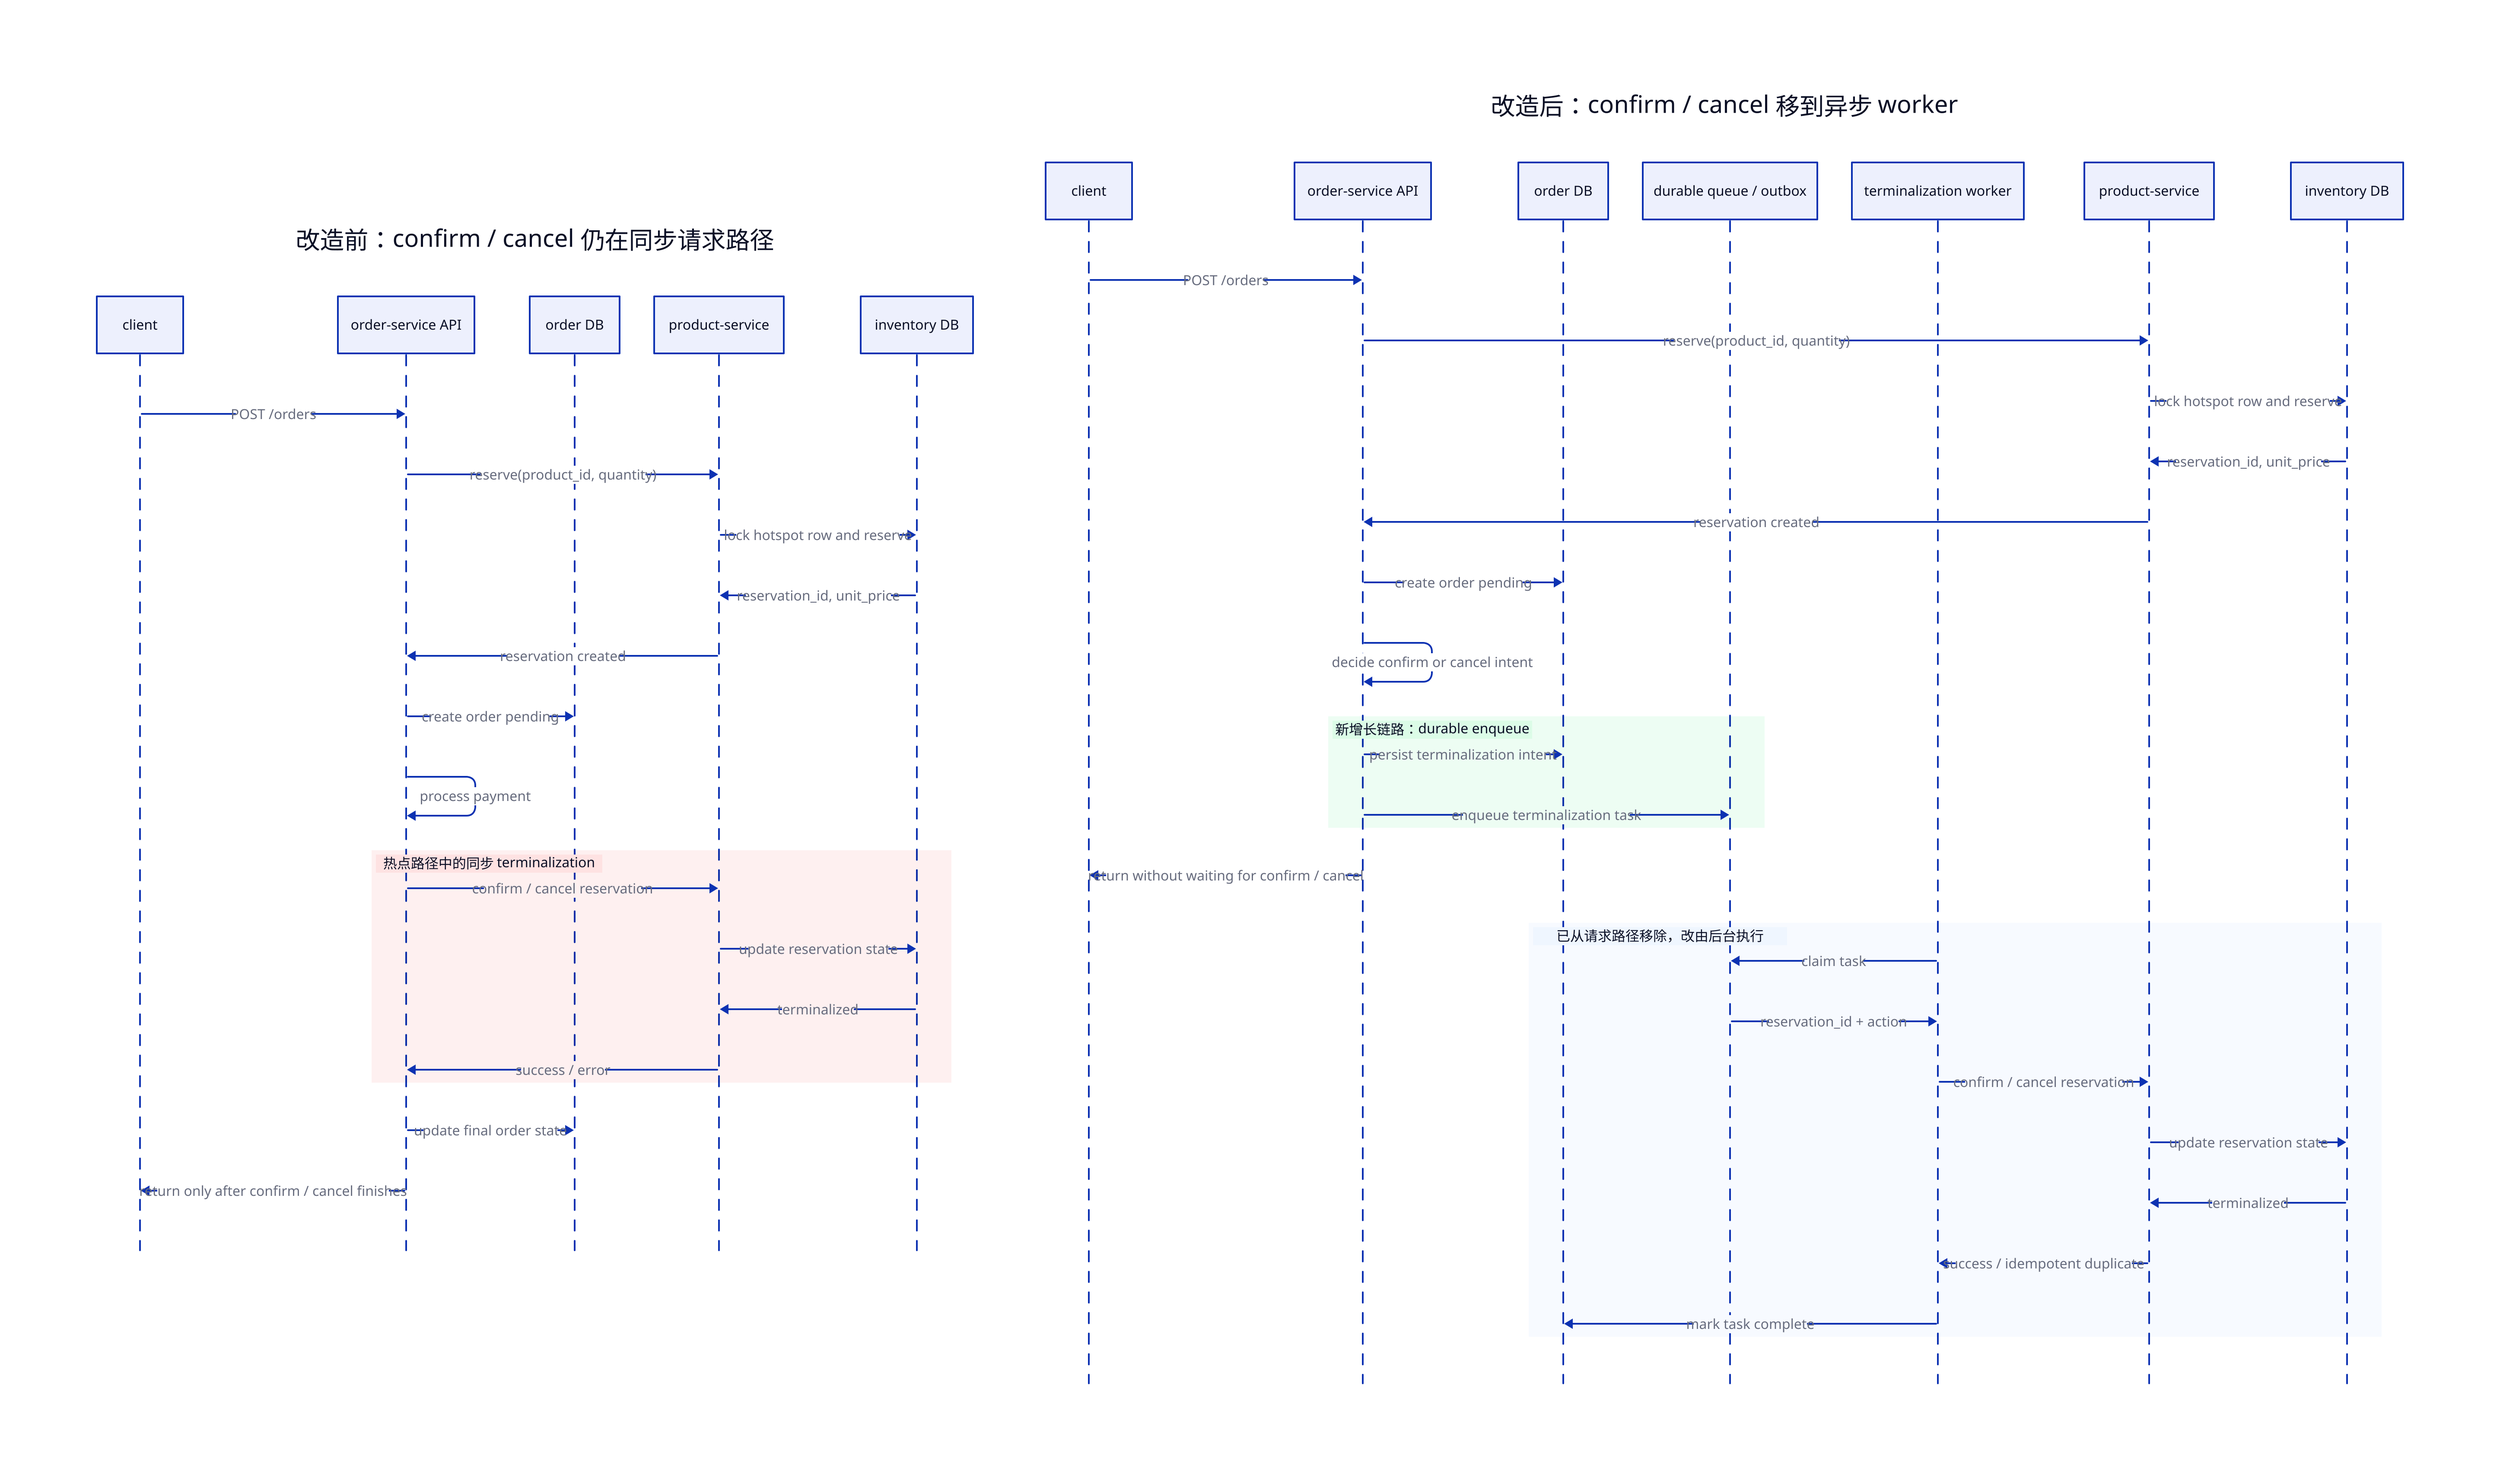
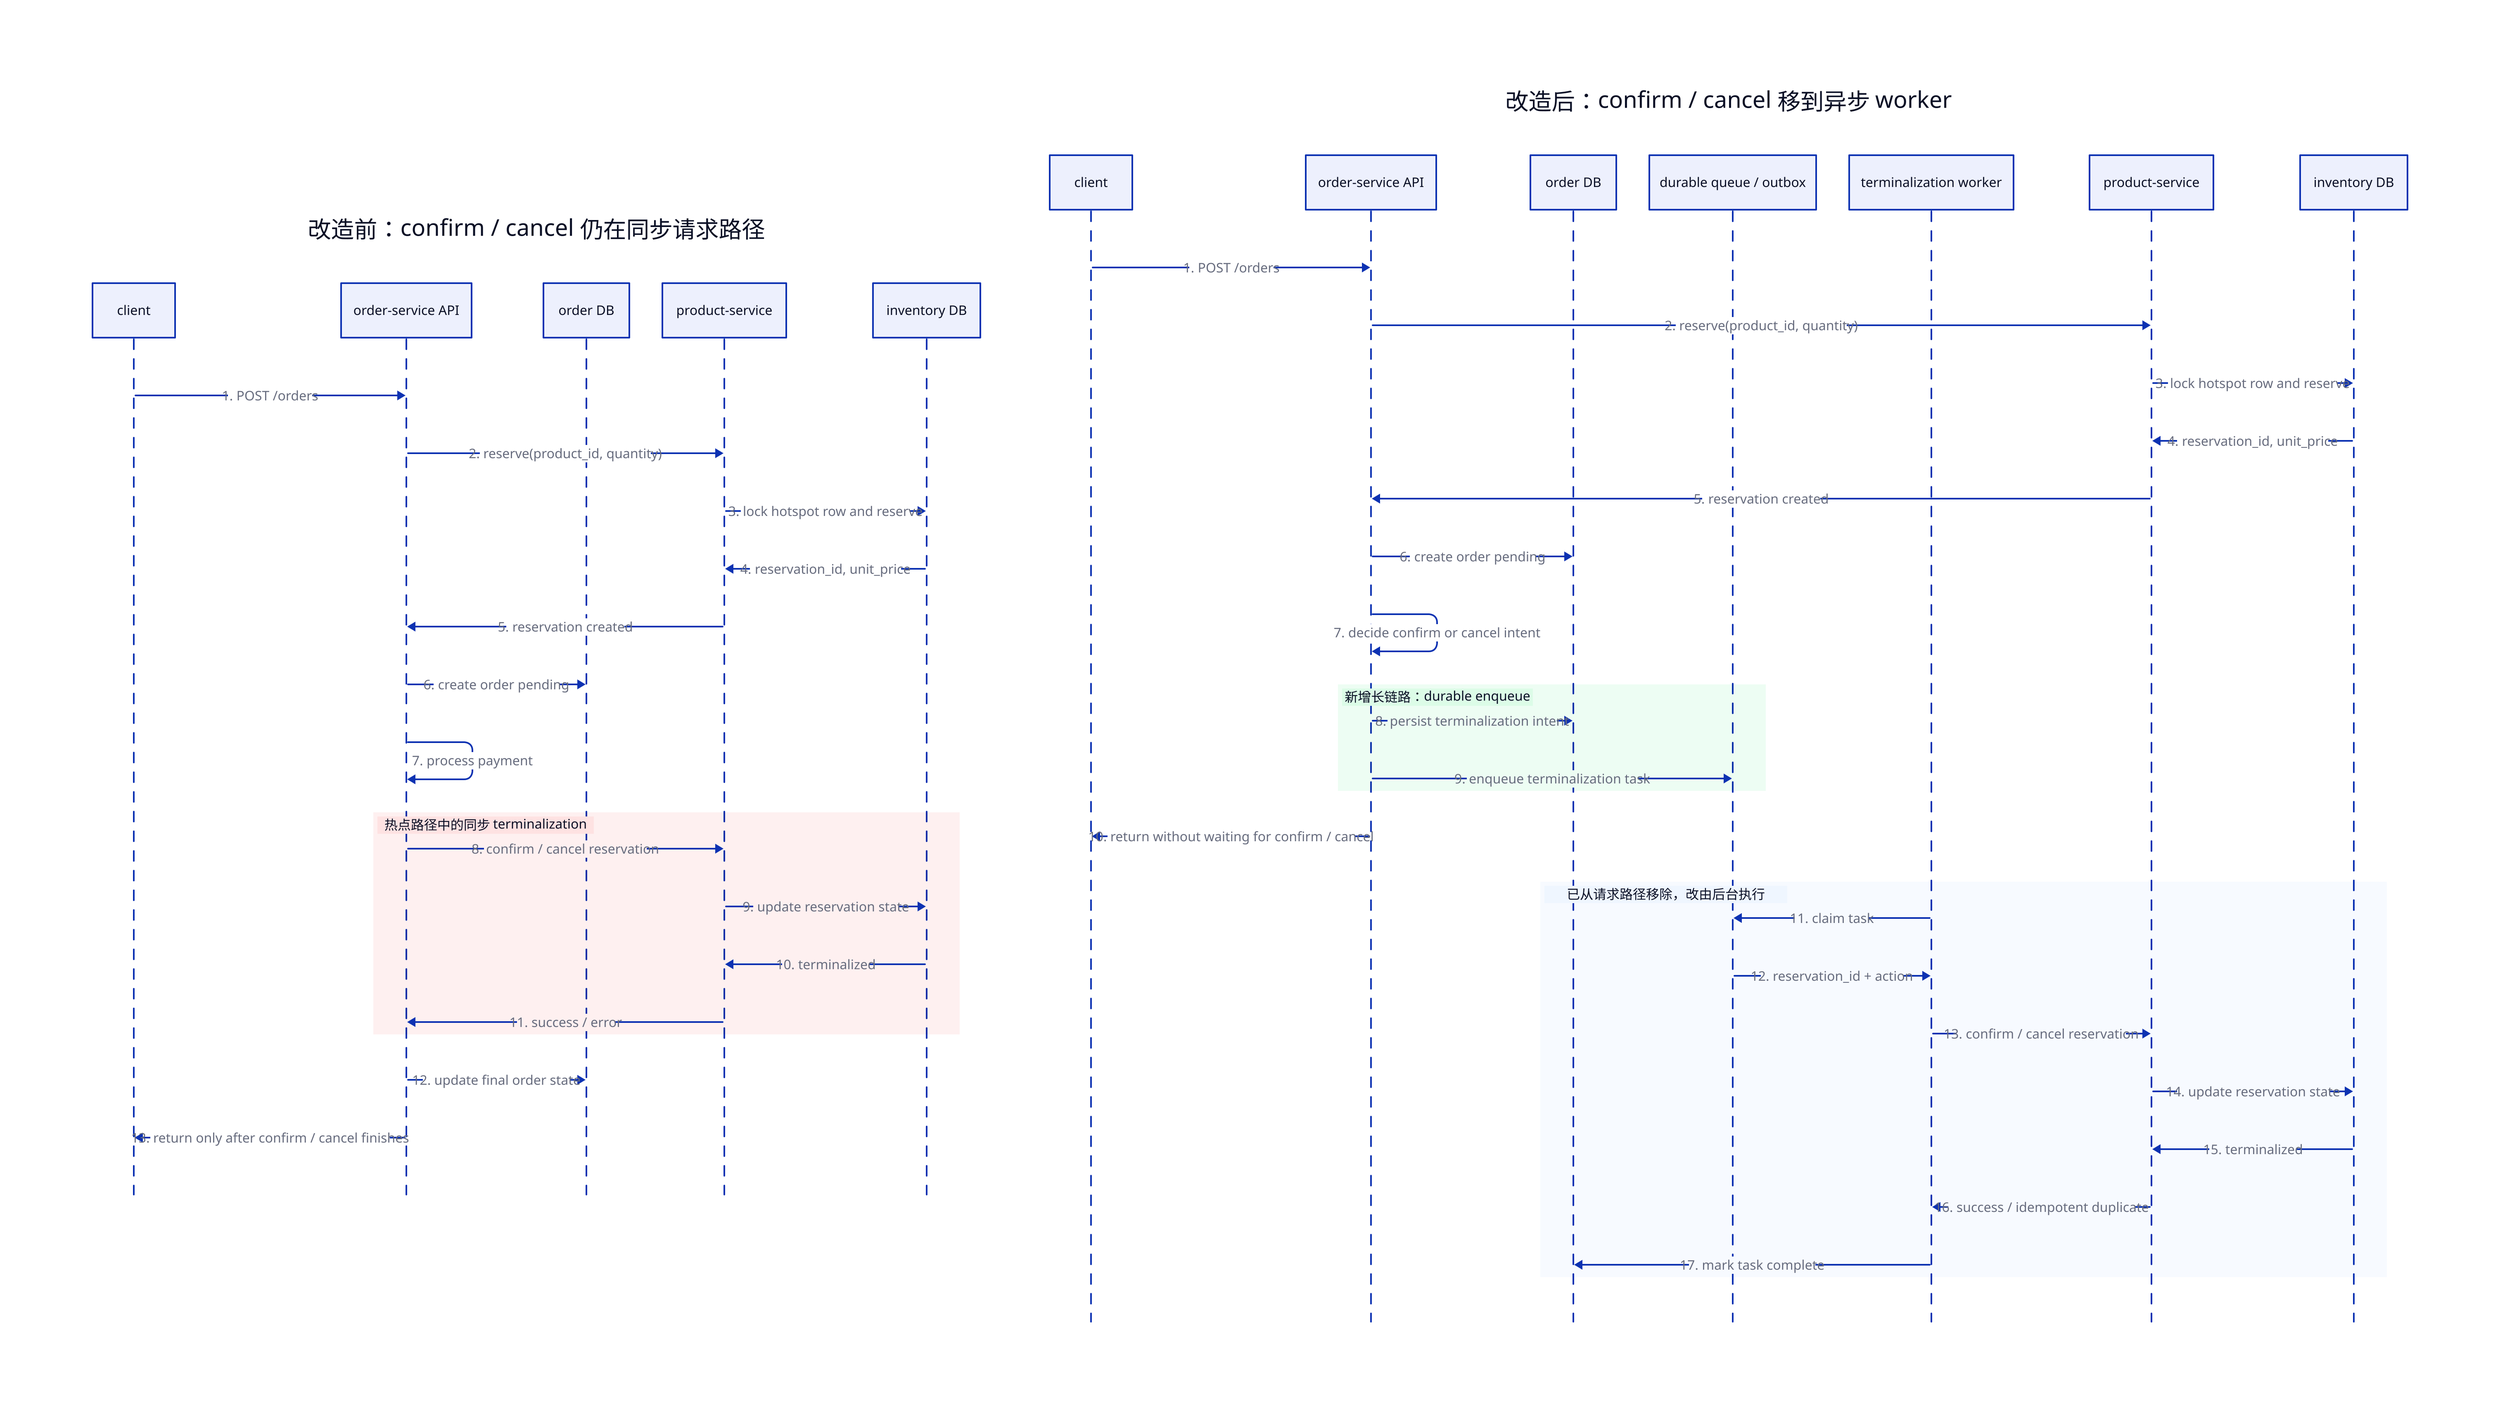
direction: down

before: {
  label: "改造前：confirm / cancel 仍在同步请求路径"
  shape: sequence_diagram

  client
  order: "order-service API"
  orders: "order DB"
  product: "product-service"
  inventory: "inventory DB"

-   client -> order: "POST /orders"
-   order -> product: "reserve(product_id, quantity)"
-   product -> inventory: "lock hotspot row and reserve"
-   inventory -> product: "reservation_id, unit_price"
-   product -> order: "reservation created"
-   order -> orders: "create order pending"
-   order -> order: "process payment"
+   client -> order: "1. POST /orders"
+   order -> product: "2. reserve(product_id, quantity)"
+   product -> inventory: "3. lock hotspot row and reserve"
+   inventory -> product: "4. reservation_id, unit_price"
+   product -> order: "5. reservation created"
+   order -> orders: "6. create order pending"
+   order -> order: "7. process payment"

  sync_terminalization: {
    label: "热点路径中的同步 terminalization"
    style.fill: "#FEE2E2"
    style.stroke: "#DC2626"
-     order -> product: "confirm / cancel reservation"
-     product -> inventory: "update reservation state"
-     inventory -> product: "terminalized"
-     product -> order: "success / error"
+     order -> product: "8. confirm / cancel reservation"
+     product -> inventory: "9. update reservation state"
+     inventory -> product: "10. terminalized"
+     product -> order: "11. success / error"
  }

-   order -> orders: "update final order state"
-   order -> client: "return only after confirm / cancel finishes"
+   order -> orders: "12. update final order state"
+   order -> client: "13. return only after confirm / cancel finishes"
}

after: {
  label: "改造后：confirm / cancel 移到异步 worker"
  shape: sequence_diagram

  client
  order: "order-service API"
  orders: "order DB"
  queue: "durable queue / outbox"
  worker: "terminalization worker"
  product: "product-service"
  inventory: "inventory DB"

-   client -> order: "POST /orders"
-   order -> product: "reserve(product_id, quantity)"
-   product -> inventory: "lock hotspot row and reserve"
-   inventory -> product: "reservation_id, unit_price"
-   product -> order: "reservation created"
-   order -> orders: "create order pending"
-   order -> order: "decide confirm or cancel intent"
+   client -> order: "1. POST /orders"
+   order -> product: "2. reserve(product_id, quantity)"
+   product -> inventory: "3. lock hotspot row and reserve"
+   inventory -> product: "4. reservation_id, unit_price"
+   product -> order: "5. reservation created"
+   order -> orders: "6. create order pending"
+   order -> order: "7. decide confirm or cancel intent"

  async_enqueue: {
    label: "新增长链路：durable enqueue"
    style.fill: "#DCFCE7"
    style.stroke: "#16A34A"
-     order -> orders: "persist terminalization intent"
-     order -> queue: "enqueue terminalization task"
+     order -> orders: "8. persist terminalization intent"
+     order -> queue: "9. enqueue terminalization task"
  }

-   order -> client: "return without waiting for confirm / cancel"
+   order -> client: "10. return without waiting for confirm / cancel"

  async_terminalization: {
    label: "已从请求路径移除，改由后台执行"
    style.fill: "#EFF6FF"
    style.stroke: "#2563EB"
-     worker -> queue: "claim task"
-     queue -> worker: "reservation_id + action"
-     worker -> product: "confirm / cancel reservation"
-     product -> inventory: "update reservation state"
-     inventory -> product: "terminalized"
-     product -> worker: "success / idempotent duplicate"
-     worker -> orders: "mark task complete"
+     worker -> queue: "11. claim task"
+     queue -> worker: "12. reservation_id + action"
+     worker -> product: "13. confirm / cancel reservation"
+     product -> inventory: "14. update reservation state"
+     inventory -> product: "15. terminalized"
+     product -> worker: "16. success / idempotent duplicate"
+     worker -> orders: "17. mark task complete"
  }
}
